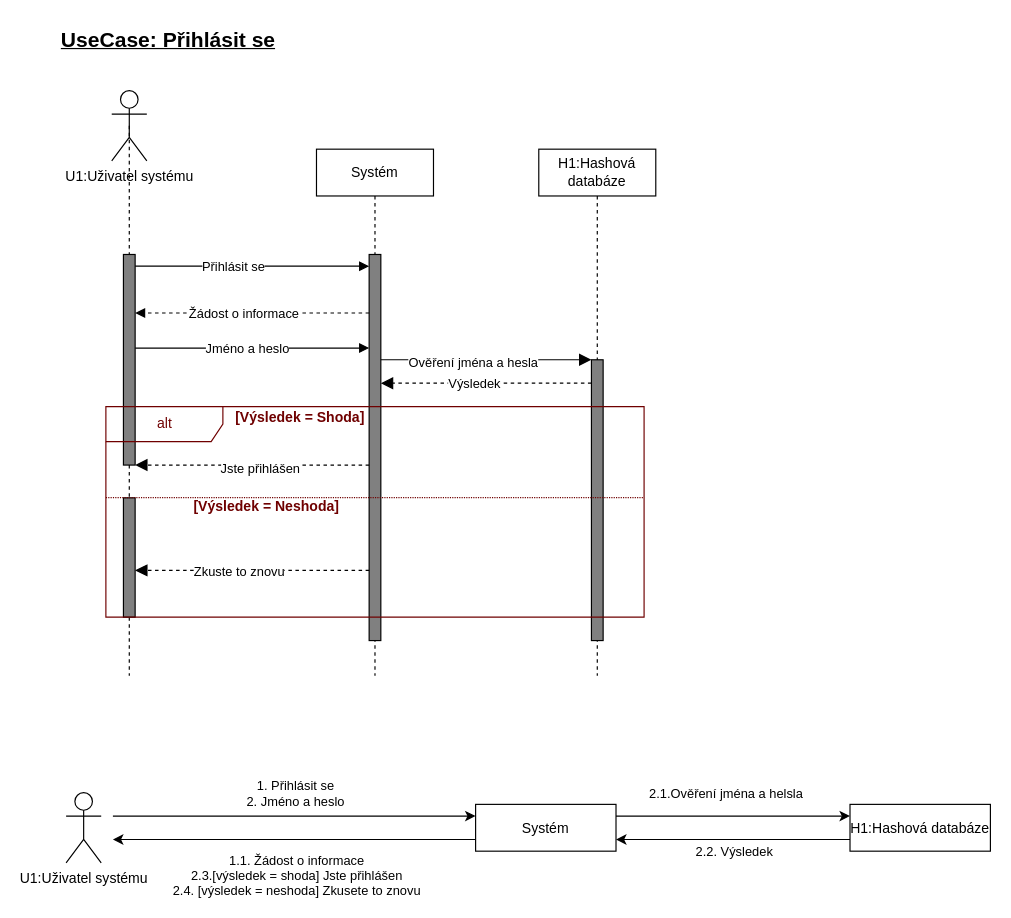
dan1235689/Diagrams keeps this draw.io diagram as page "LogIn" (2 of 12) of IUS/IUS_projekt/Sequence.drawio. Above is the earlier version. Source tidied: cells renumbered, new cells numbered last; positions are measured from the earlier drawing's top-left corner, leaving out a move shared by most shapes. Both pictures are drawn from the tidied source at 117%, with x=0, y=0 at pixel (58, 20).
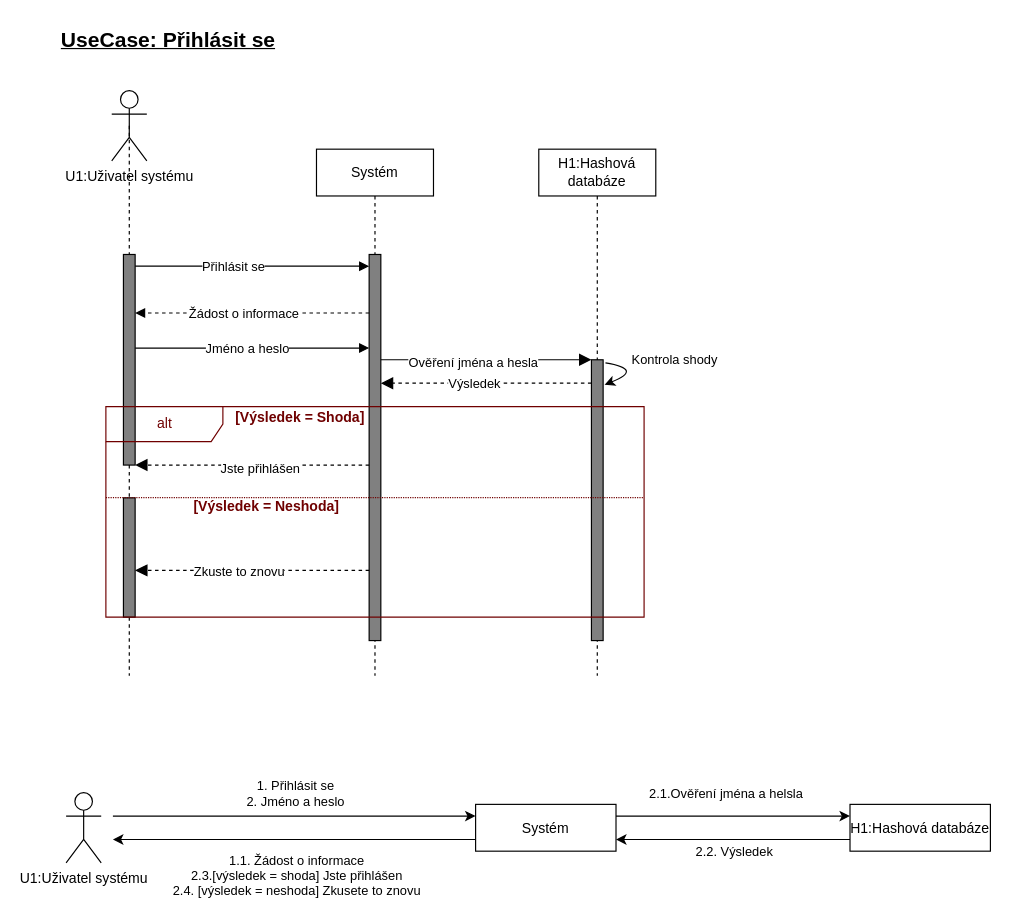
After the change.

The change refers to these unchanged cells:
```xml
<mxCell id="14" value="H1:Hashová databáze" style="shape=umlLifeline;perimeter=lifelinePerimeter;whiteSpace=wrap;html=1;" parent="1" vertex="1">
  <mxGeometry x="410" y="110" width="100" height="450" as="geometry" />
</mxCell>
<mxCell id="15" style="html=1;points=[];perimeter=orthogonalPerimeter;fillColor=#808080;" parent="14" vertex="1">
  <mxGeometry x="45" y="180" width="10" height="240" as="geometry" />
</mxCell>
```

Diff of the diagram source:
```diff
@@
+    <mxCell id="44" style="edgeStyle=none;html=1;exitX=1.2;exitY=0.011;exitDx=0;exitDy=0;exitPerimeter=0;entryX=1.12;entryY=0.089;entryDx=0;entryDy=0;entryPerimeter=0;curved=1;" parent="14" edge="1" source="15" target="15">
+      <mxGeometry relative="1" as="geometry">
+        <Array as="points">
+          <mxPoint x="90" y="188" />
+        </Array>
+      </mxGeometry>
+    </mxCell>
@@
+    <mxCell id="45" value="&lt;font style=&quot;font-size: 11px;&quot;&gt;Kontrola shody&lt;/font&gt;" style="text;html=1;align=center;verticalAlign=middle;strokeColor=none;fillColor=none;" parent="1" vertex="1">
+      <mxGeometry x="476" y="275" width="100" height="30" as="geometry" />
+    </mxCell>
```
